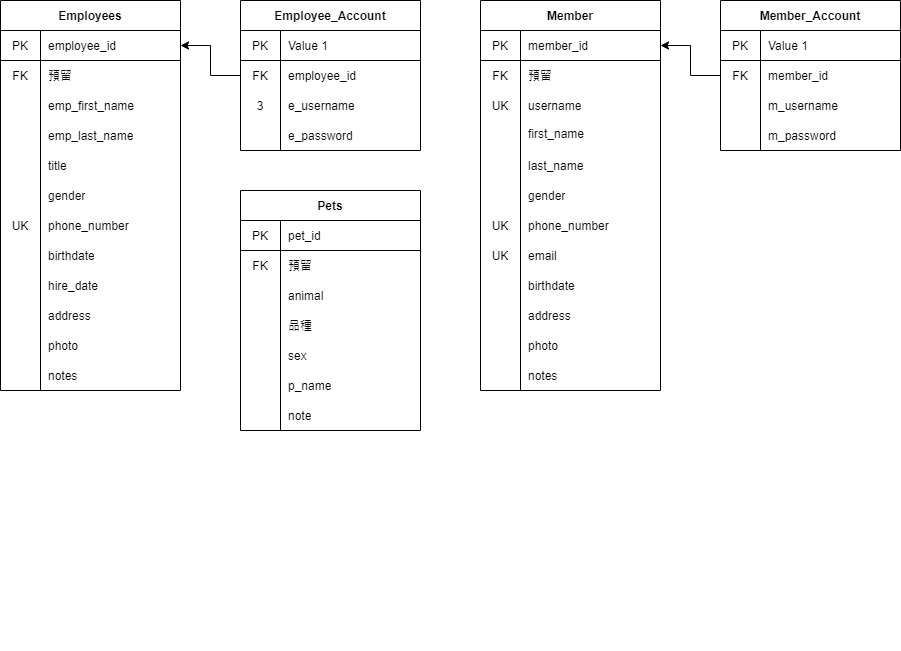
The draw.io diagram database.png in zs6184/test, before a commit. Source tidied: cells renumbered, new cells last; positions are measured from the earlier drawing's top-left corner, leaving out a move shared by most shapes.
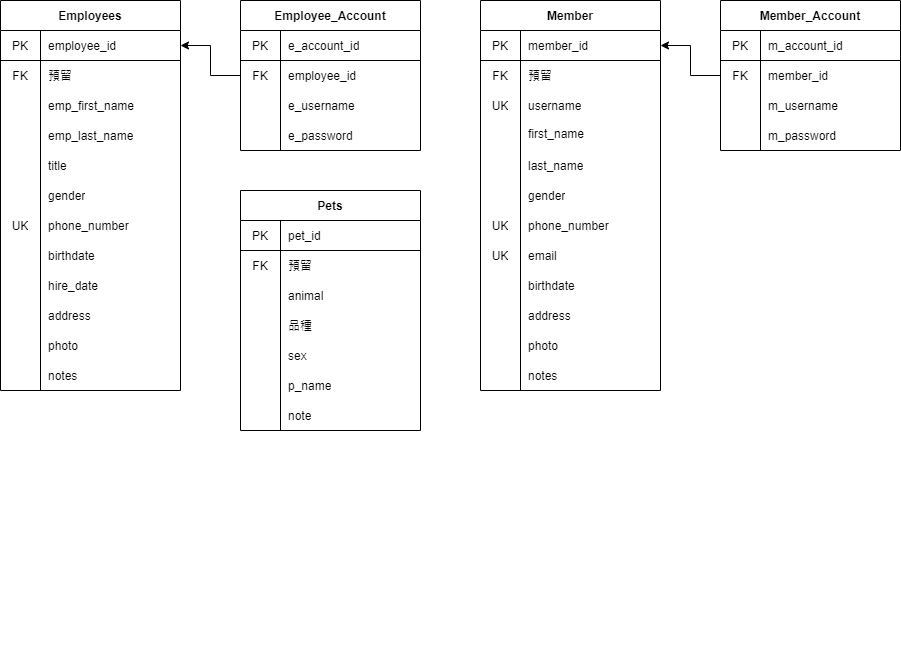
After the change.

What changed in the source:
```diff
@@ -26,7 +26,7 @@
     <mxCell id="9" value="PK" style="shape=partialRectangle;html=1;whiteSpace=wrap;fillColor=none;top=0;left=0;bottom=0;right=0;overflow=hidden;" parent="8" vertex="1">
       <mxGeometry width="40" height="30" as="geometry" />
     </mxCell>
-    <mxCell id="10" value="Value 1" style="shape=partialRectangle;html=1;whiteSpace=wrap;fillColor=none;top=0;left=0;bottom=0;right=0;align=left;spacingLeft=6;overflow=hidden;" parent="8" vertex="1">
+    <mxCell id="10" value="m_account_id" style="shape=partialRectangle;html=1;whiteSpace=wrap;fillColor=none;top=0;left=0;bottom=0;right=0;align=left;spacingLeft=6;overflow=hidden;" parent="8" vertex="1">
       <mxGeometry x="40" width="140" height="30" as="geometry" />
     </mxCell>
     <mxCell id="11" style="shape=partialRectangle;html=1;whiteSpace=wrap;fillColor=none;top=0;left=0;bottom=0;right=0;points=[[0,0.5],[1,0.5]];portConstraint=eastwest;" parent="7" vertex="1">
@@ -131,7 +131,7 @@
     <mxCell id="44" value="PK" style="shape=partialRectangle;html=1;whiteSpace=wrap;fillColor=none;top=0;left=0;bottom=0;right=0;overflow=hidden;" parent="43" vertex="1">
       <mxGeometry width="40" height="30" as="geometry" />
     </mxCell>
-    <mxCell id="45" value="Value 1" style="shape=partialRectangle;html=1;whiteSpace=wrap;fillColor=none;top=0;left=0;bottom=0;right=0;align=left;spacingLeft=6;overflow=hidden;" parent="43" vertex="1">
+    <mxCell id="45" value="e_account_id" style="shape=partialRectangle;html=1;whiteSpace=wrap;fillColor=none;top=0;left=0;bottom=0;right=0;align=left;spacingLeft=6;overflow=hidden;" parent="43" vertex="1">
       <mxGeometry x="40" width="140" height="30" as="geometry" />
     </mxCell>
     <mxCell id="46" style="shape=partialRectangle;html=1;whiteSpace=wrap;fillColor=none;top=0;left=0;bottom=0;right=0;points=[[0,0.5],[1,0.5]];portConstraint=eastwest;" parent="42" vertex="1">
@@ -146,7 +146,7 @@
     <mxCell id="49" style="shape=partialRectangle;html=1;whiteSpace=wrap;fillColor=none;top=0;left=0;bottom=0;right=0;" parent="42" vertex="1">
       <mxGeometry y="90" width="180" height="30" as="geometry" />
     </mxCell>
-    <mxCell id="50" value="3" style="shape=partialRectangle;html=1;whiteSpace=wrap;fillColor=none;top=0;left=0;bottom=0;right=0;overflow=hidden;" parent="49" vertex="1">
+    <mxCell id="50" style="shape=partialRectangle;html=1;whiteSpace=wrap;fillColor=none;top=0;left=0;bottom=0;right=0;overflow=hidden;" parent="49" vertex="1">
       <mxGeometry width="40" height="30" as="geometry" />
     </mxCell>
     <mxCell id="51" value="e_username" style="shape=partialRectangle;html=1;whiteSpace=wrap;fillColor=none;top=0;left=0;bottom=0;right=0;align=left;spacingLeft=6;overflow=hidden;" parent="49" vertex="1">
```
